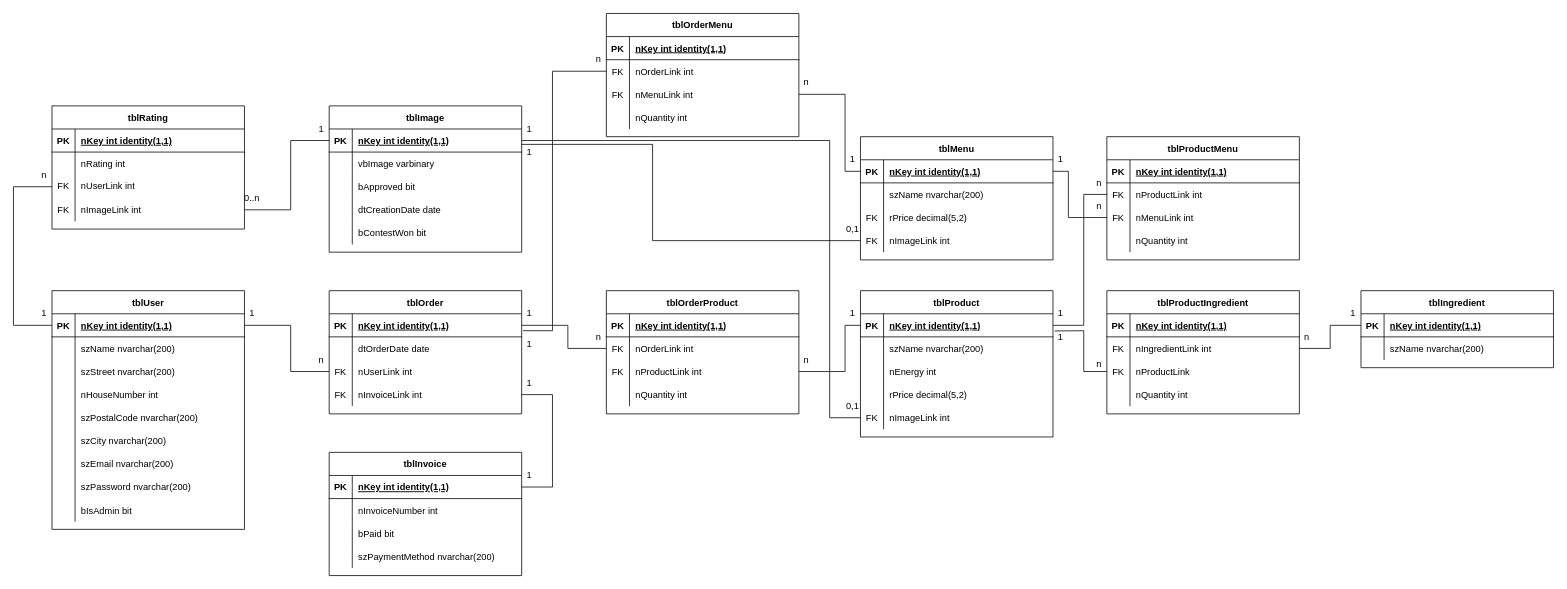
The draw.io diagram Docs/Zeichnungen/Logisches Modell.drawio in JonathanYildiz/CommitAndForget, before the edit. Source tidied: cells renumbered, new cells numbered last; positions are measured from the earlier drawing's top-left corner, leaving out a move shared by most shapes. Both pictures are drawn from the tidied source at 77%, with x=0, y=0 at pixel (13, 13).
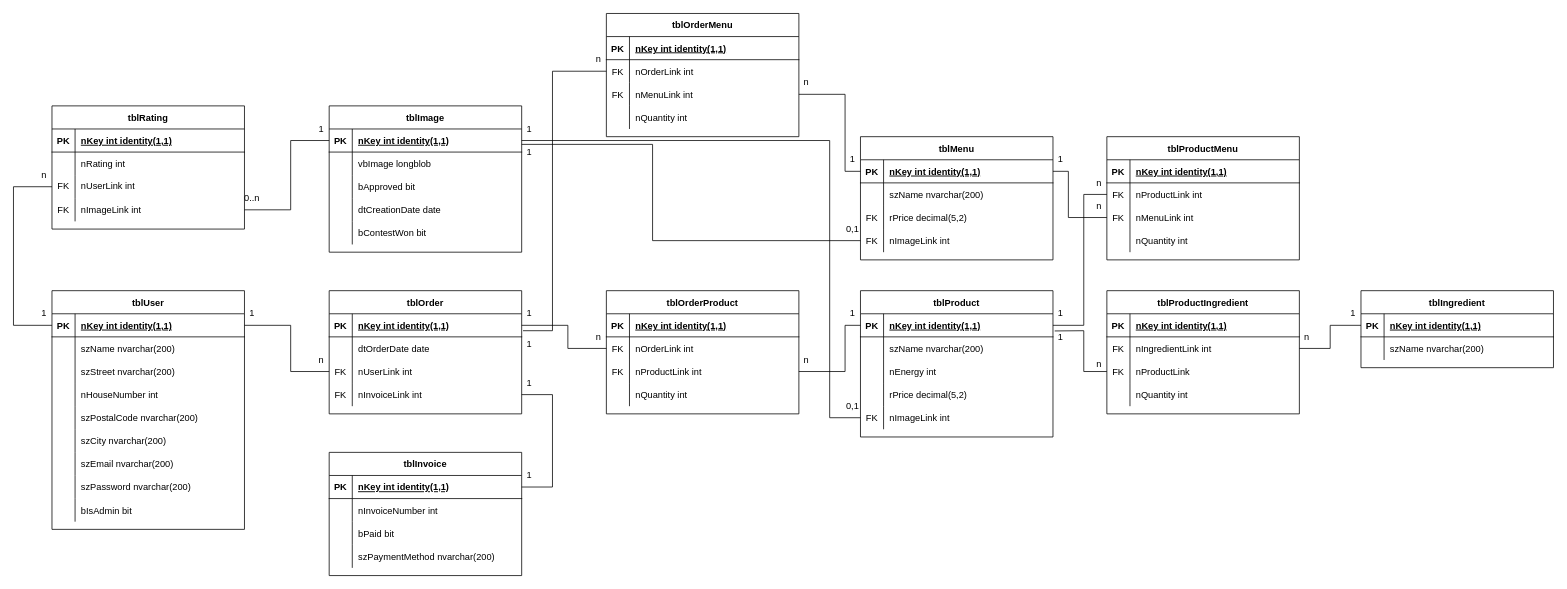
Above is the later version.

Commit message (it also covers changes not shown here):
Logisches Modell korrigiert

Unchanged cells that the change refers to:
```xml
<mxCell id="34" style="shape=partialRectangle;fillColor=none;top=0;left=0;right=0;bottom=0;" parent="30" vertex="1">
  <mxGeometry y="60" width="250" height="30" as="geometry" />
</mxCell>
```

What changed in the source:
```diff
@@
-    <mxCell id="36" value="vbImage varbinary" style="shape=partialRectangle;overflow=hidden;fillColor=none;top=0;left=0;bottom=0;right=0;align=left;spacingLeft=6;" parent="34" vertex="1">
+    <mxCell id="36" value="vbImage longblob" style="shape=partialRectangle;overflow=hidden;fillColor=none;top=0;left=0;bottom=0;right=0;align=left;spacingLeft=6;" parent="34" vertex="1">
       <mxGeometry x="30" width="220" height="30" as="geometry" />
     </mxCell>
```
